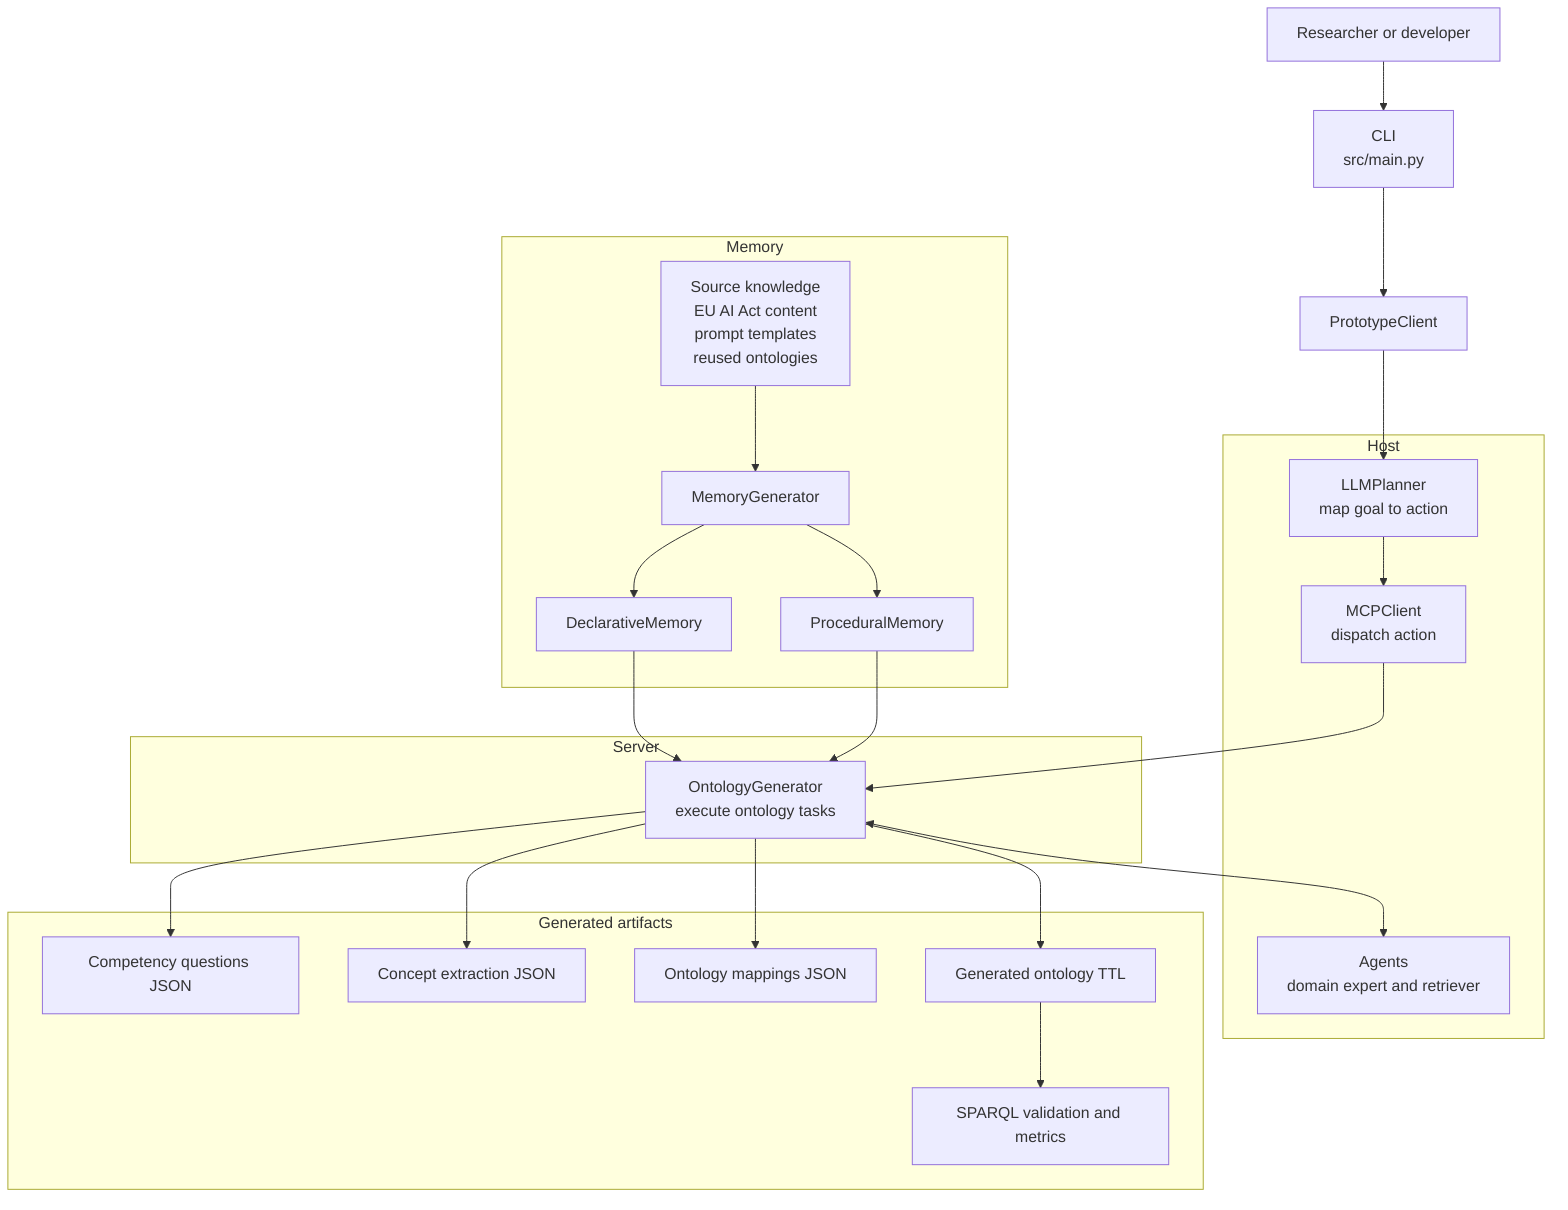
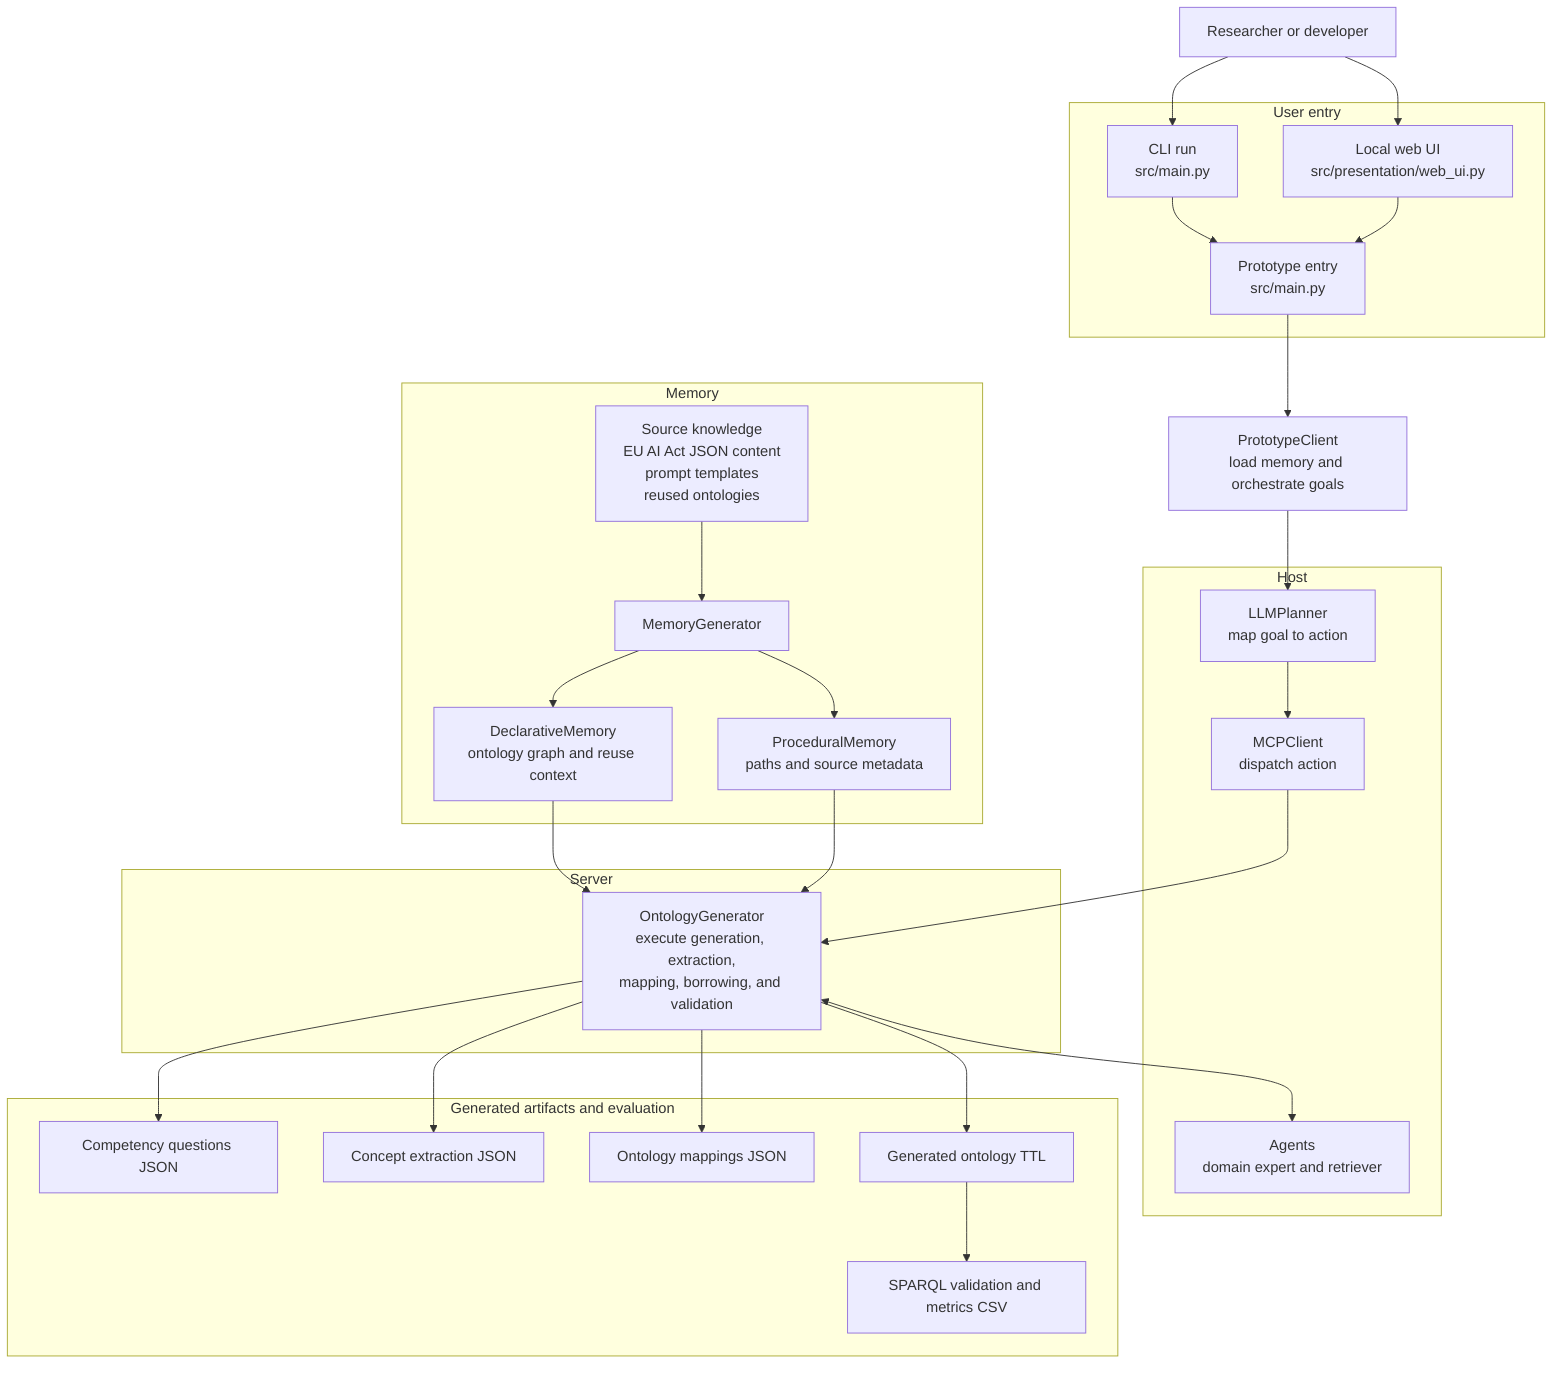
flowchart TB
-     user[Researcher or developer] --> cli[CLI\nsrc/main.py]
-     cli --> client[PrototypeClient]
+     user[Researcher or developer]
+ 
+     subgraph entry[User entry]
+         cli[CLI run\nsrc/main.py]
+         ui[Local web UI\nsrc/presentation/web_ui.py]
+         main[Prototype entry\nsrc/main.py]
+     end
+ 
+     user --> cli
+     user --> ui
+     cli --> main
+     ui --> main
+     main --> client[PrototypeClient\nload memory and orchestrate goals]

    subgraph host[Host]
        planner[LLMPlanner\nmap goal to action]
        dispatcher[MCPClient\ndispatch action]
        agents[Agents\ndomain expert and retriever]
    end

    subgraph memory[Memory]
-         sources[Source knowledge\nEU AI Act content\nprompt templates\nreused ontologies] --> generator[MemoryGenerator]
-         generator --> decl[DeclarativeMemory]
-         generator --> proc[ProceduralMemory]
+         sources[Source knowledge\nEU AI Act JSON content\nprompt templates\nreused ontologies] --> generator[MemoryGenerator]
+         generator --> decl[DeclarativeMemory\nontology graph and reuse context]
+         generator --> proc[ProceduralMemory\npaths and source metadata]
    end

    subgraph server[Server]
-         onto[OntologyGenerator\nexecute ontology tasks]
+         onto[OntologyGenerator\nexecute generation, extraction,\nmapping, borrowing, and validation]
    end

-     subgraph outputs[Generated artifacts]
+     subgraph outputs[Generated artifacts and evaluation]
        cqs[Competency questions JSON]
        concepts[Concept extraction JSON]
        mappings[Ontology mappings JSON]
        ontology[Generated ontology TTL]
-         validation[SPARQL validation and metrics]
+         validation[SPARQL validation and metrics CSV]
    end

    client --> planner --> dispatcher --> onto
    decl --> onto
    proc --> onto
    onto <--> agents
    onto --> cqs
    onto --> concepts
    onto --> mappings
    onto --> ontology --> validation